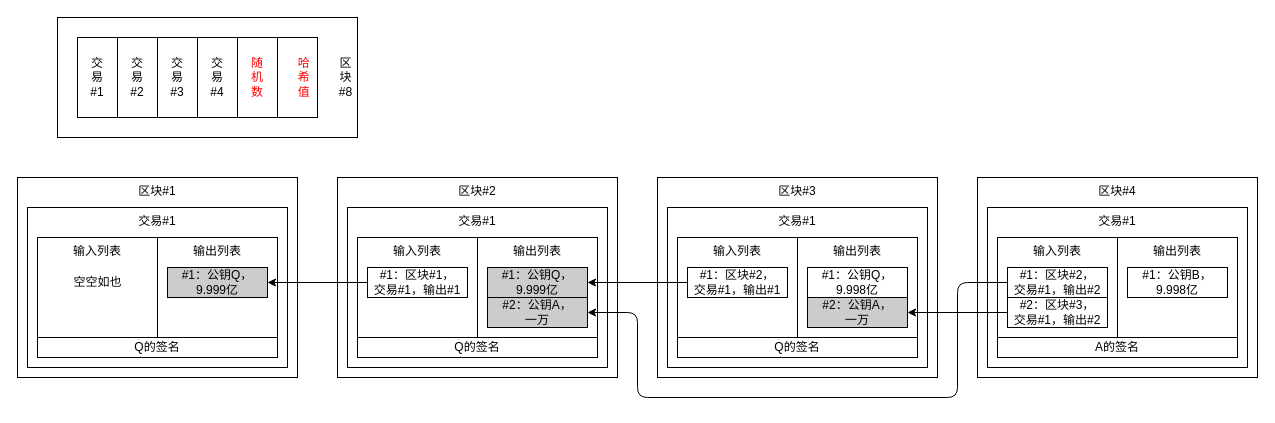
The draw.io diagram page "Eg" (4 of 6) of draw/ch04.drawio in zxh0/blockchain-book, before the edit. Source tidied: cells renumbered, new cells numbered last; positions are measured from the earlier drawing's top-left corner, leaving out a move shared by most shapes. Both pictures are drawn from the tidied source at 100%, with x=0, y=0 at pixel (17, 17).
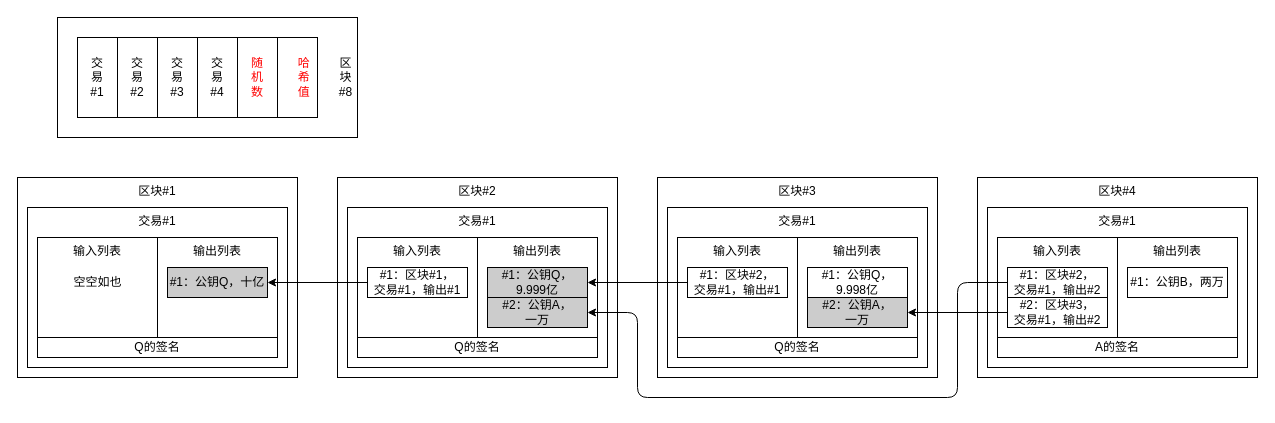
Above is the later version.

What changed in the source:
```diff
@@
-    <mxCell id="14" value="#1：公钥Q，9.999亿" style="rounded=0;whiteSpace=wrap;html=1;fillColor=#CCCCCC;" parent="1" vertex="1">
+    <mxCell id="14" value="#1：公钥Q，十亿" style="rounded=0;whiteSpace=wrap;html=1;fillColor=#CCCCCC;" parent="1" vertex="1">
       <mxGeometry x="150" y="250" width="100" height="30" as="geometry" />
     </mxCell>
@@
-    <mxCell id="39" value="#1：公钥B，9.998亿" style="rounded=0;whiteSpace=wrap;html=1;" parent="1" vertex="1">
+    <mxCell id="39" value="#1：公钥B，两万" style="rounded=0;whiteSpace=wrap;html=1;" parent="1" vertex="1">
       <mxGeometry x="1110" y="250" width="100" height="30" as="geometry" />
     </mxCell>
```
